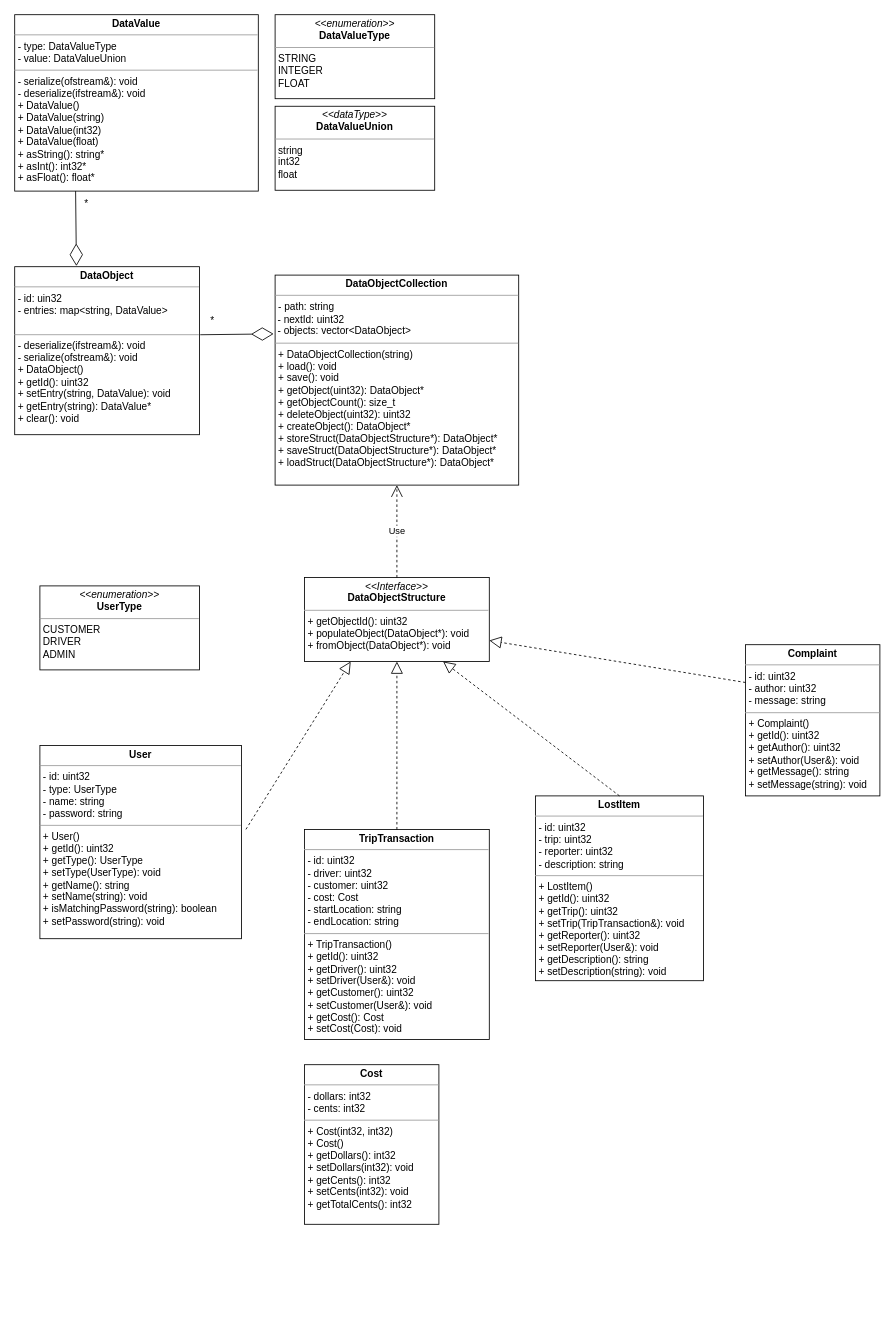
Earlier version of the draw.io diagram diagrams/UML.drawio (ShoailRafiq/CS103A2). Source tidied: cells renumbered, new cells numbered last; positions are measured from the earlier drawing's top-left corner, leaving out a move shared by most shapes. Both pictures are drawn from the tidied source at 84%, with x=0, y=0 at pixel (14, 14).
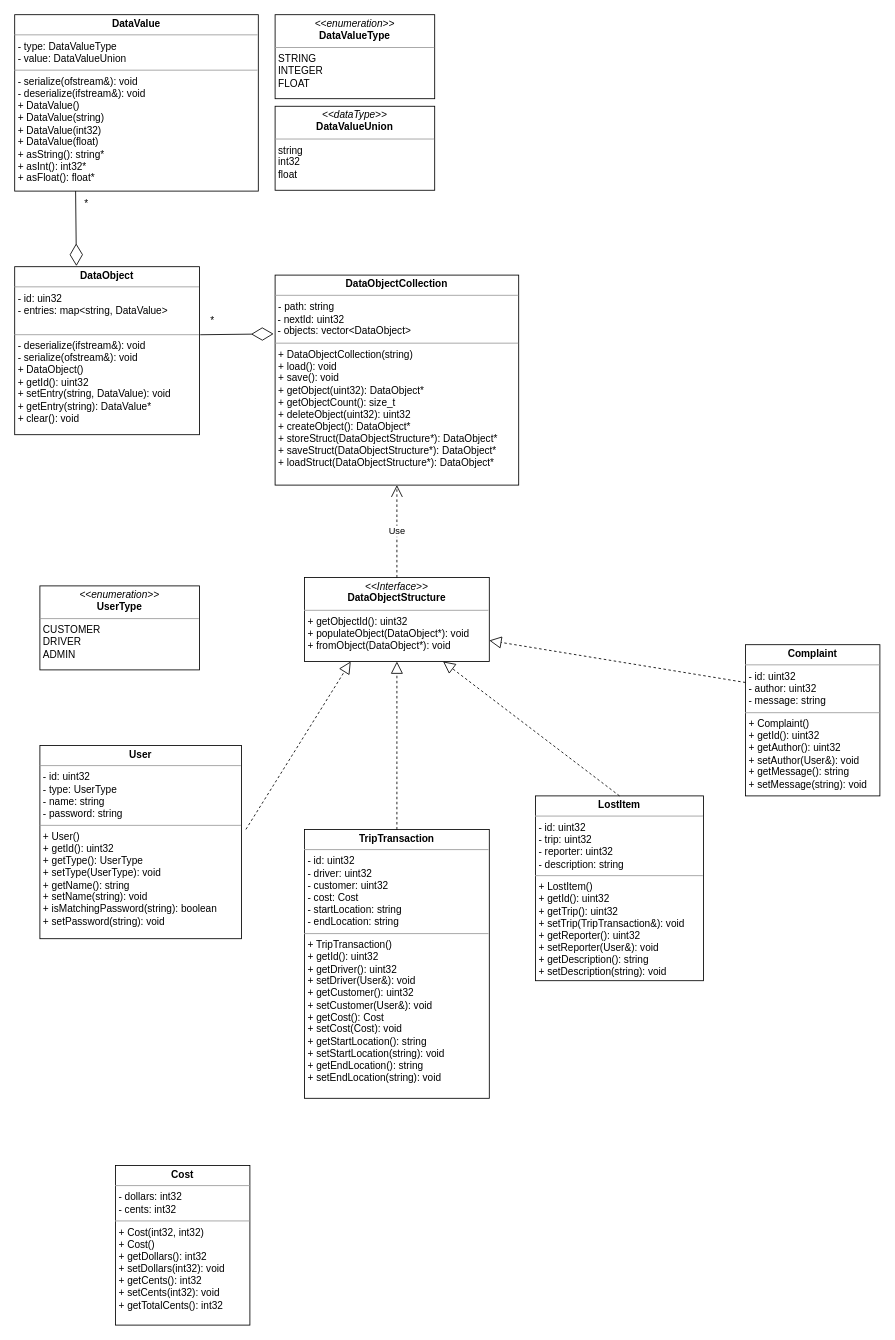
After the change.

Commit message (it also covers changes not shown here):
All base class implementations, updated UML diagram, data object structures

Change to the diagram source:
```diff
@@
-    <mxCell id="16" value="&lt;p style=&quot;margin:0px;margin-top:4px;text-align:center;&quot;&gt;&lt;b&gt;TripTransaction&lt;/b&gt;&lt;/p&gt;&lt;hr size=&quot;1&quot;&gt;&lt;p style=&quot;margin:0px;margin-left:4px;&quot;&gt;- id: uint32&lt;/p&gt;&lt;p style=&quot;margin:0px;margin-left:4px;&quot;&gt;- driver: uint32&lt;/p&gt;&lt;p style=&quot;margin:0px;margin-left:4px;&quot;&gt;- customer: uint32&lt;/p&gt;&lt;p style=&quot;margin:0px;margin-left:4px;&quot;&gt;- cost: Cost&lt;/p&gt;&lt;p style=&quot;margin:0px;margin-left:4px;&quot;&gt;&lt;span style=&quot;background-color: initial;&quot;&gt;- startLocation: string&lt;/span&gt;&lt;br&gt;&lt;/p&gt;&lt;p style=&quot;margin:0px;margin-left:4px;&quot;&gt;- endLocation: string&lt;/p&gt;&lt;hr size=&quot;1&quot;&gt;&lt;p style=&quot;margin:0px;margin-left:4px;&quot;&gt;+ TripTransaction()&lt;/p&gt;&lt;p style=&quot;margin:0px;margin-left:4px;&quot;&gt;+ getId(): uint32&lt;/p&gt;&lt;p style=&quot;margin:0px;margin-left:4px;&quot;&gt;+ getDriver(): uint32&lt;/p&gt;&lt;p style=&quot;margin:0px;margin-left:4px;&quot;&gt;+ setDriver(User&amp;amp;): void&lt;/p&gt;&lt;p style=&quot;margin:0px;margin-left:4px;&quot;&gt;+ getCustomer(): uint32&lt;/p&gt;&lt;p style=&quot;margin:0px;margin-left:4px;&quot;&gt;+ setCustomer(User&amp;amp;): void&lt;/p&gt;&lt;p style=&quot;margin:0px;margin-left:4px;&quot;&gt;+ getCost(): Cost&lt;/p&gt;&lt;p style=&quot;margin:0px;margin-left:4px;&quot;&gt;+ setCost(Cost): void&lt;/p&gt;" style="verticalAlign=top;align=left;overflow=fill;fontSize=12;fontFamily=Helvetica;html=1;whiteSpace=wrap;" parent="1" vertex="1">
-      <mxGeometry x="345" y="970" width="220" height="250" as="geometry" />
+    <mxCell id="16" value="&lt;p style=&quot;margin:0px;margin-top:4px;text-align:center;&quot;&gt;&lt;b&gt;TripTransaction&lt;/b&gt;&lt;/p&gt;&lt;hr size=&quot;1&quot;&gt;&lt;p style=&quot;margin:0px;margin-left:4px;&quot;&gt;- id: uint32&lt;/p&gt;&lt;p style=&quot;margin:0px;margin-left:4px;&quot;&gt;- driver: uint32&lt;/p&gt;&lt;p style=&quot;margin:0px;margin-left:4px;&quot;&gt;- customer: uint32&lt;/p&gt;&lt;p style=&quot;margin:0px;margin-left:4px;&quot;&gt;- cost: Cost&lt;/p&gt;&lt;p style=&quot;margin:0px;margin-left:4px;&quot;&gt;&lt;span style=&quot;background-color: initial;&quot;&gt;- startLocation: string&lt;/span&gt;&lt;br&gt;&lt;/p&gt;&lt;p style=&quot;margin:0px;margin-left:4px;&quot;&gt;- endLocation: string&lt;/p&gt;&lt;hr size=&quot;1&quot;&gt;&lt;p style=&quot;margin:0px;margin-left:4px;&quot;&gt;+ TripTransaction()&lt;/p&gt;&lt;p style=&quot;margin:0px;margin-left:4px;&quot;&gt;+ getId(): uint32&lt;/p&gt;&lt;p style=&quot;margin:0px;margin-left:4px;&quot;&gt;+ getDriver(): uint32&lt;/p&gt;&lt;p style=&quot;margin:0px;margin-left:4px;&quot;&gt;+ setDriver(User&amp;amp;): void&lt;/p&gt;&lt;p style=&quot;margin:0px;margin-left:4px;&quot;&gt;+ getCustomer(): uint32&lt;/p&gt;&lt;p style=&quot;margin:0px;margin-left:4px;&quot;&gt;+ setCustomer(User&amp;amp;): void&lt;/p&gt;&lt;p style=&quot;margin:0px;margin-left:4px;&quot;&gt;+ getCost(): Cost&lt;/p&gt;&lt;p style=&quot;margin:0px;margin-left:4px;&quot;&gt;+ setCost(Cost): void&lt;/p&gt;&lt;p style=&quot;margin:0px;margin-left:4px;&quot;&gt;+ getStartLocation(): string&lt;/p&gt;&lt;p style=&quot;margin:0px;margin-left:4px;&quot;&gt;+ setStartLocation(string): void&lt;/p&gt;&lt;p style=&quot;margin:0px;margin-left:4px;&quot;&gt;+ getEndLocation(): string&lt;/p&gt;&lt;p style=&quot;margin:0px;margin-left:4px;&quot;&gt;+ setEndLocation(string): void&lt;/p&gt;&lt;p style=&quot;margin:0px;margin-left:4px;&quot;&gt;&lt;br&gt;&lt;/p&gt;" style="verticalAlign=top;align=left;overflow=fill;fontSize=12;fontFamily=Helvetica;html=1;whiteSpace=wrap;" parent="1" vertex="1">
+      <mxGeometry x="345" y="970" width="220" height="320" as="geometry" />
     </mxCell>
@@
     <mxCell id="22" value="&lt;p style=&quot;margin:0px;margin-top:4px;text-align:center;&quot;&gt;&lt;b&gt;Cost&lt;/b&gt;&lt;/p&gt;&lt;hr size=&quot;1&quot;&gt;&lt;p style=&quot;margin:0px;margin-left:4px;&quot;&gt;- dollars: int32&lt;/p&gt;&lt;p style=&quot;margin:0px;margin-left:4px;&quot;&gt;- cents: int32&lt;/p&gt;&lt;hr size=&quot;1&quot;&gt;&lt;p style=&quot;margin:0px;margin-left:4px;&quot;&gt;+ Cost(int32, int32)&lt;/p&gt;&lt;p style=&quot;margin:0px;margin-left:4px;&quot;&gt;+ Cost()&lt;/p&gt;&lt;p style=&quot;margin:0px;margin-left:4px;&quot;&gt;+ getDollars(): int32&lt;/p&gt;&lt;p style=&quot;margin:0px;margin-left:4px;&quot;&gt;+ setDollars(int32): void&lt;/p&gt;&lt;p style=&quot;margin:0px;margin-left:4px;&quot;&gt;+ getCents(): int32&lt;/p&gt;&lt;p style=&quot;margin:0px;margin-left:4px;&quot;&gt;+ setCents(int32): void&lt;/p&gt;&lt;p style=&quot;margin:0px;margin-left:4px;&quot;&gt;+ getTotalCents(): int32&lt;/p&gt;&lt;p style=&quot;margin:0px;margin-left:4px;&quot;&gt;&lt;br&gt;&lt;/p&gt;&lt;p style=&quot;margin:0px;margin-left:4px;&quot;&gt;&lt;br&gt;&lt;/p&gt;" style="verticalAlign=top;align=left;overflow=fill;fontSize=12;fontFamily=Helvetica;html=1;whiteSpace=wrap;" parent="1" vertex="1">
-      <mxGeometry x="345" y="1250" width="160" height="190" as="geometry" />
+      <mxGeometry x="120" y="1370" width="160" height="190" as="geometry" />
     </mxCell>
```
